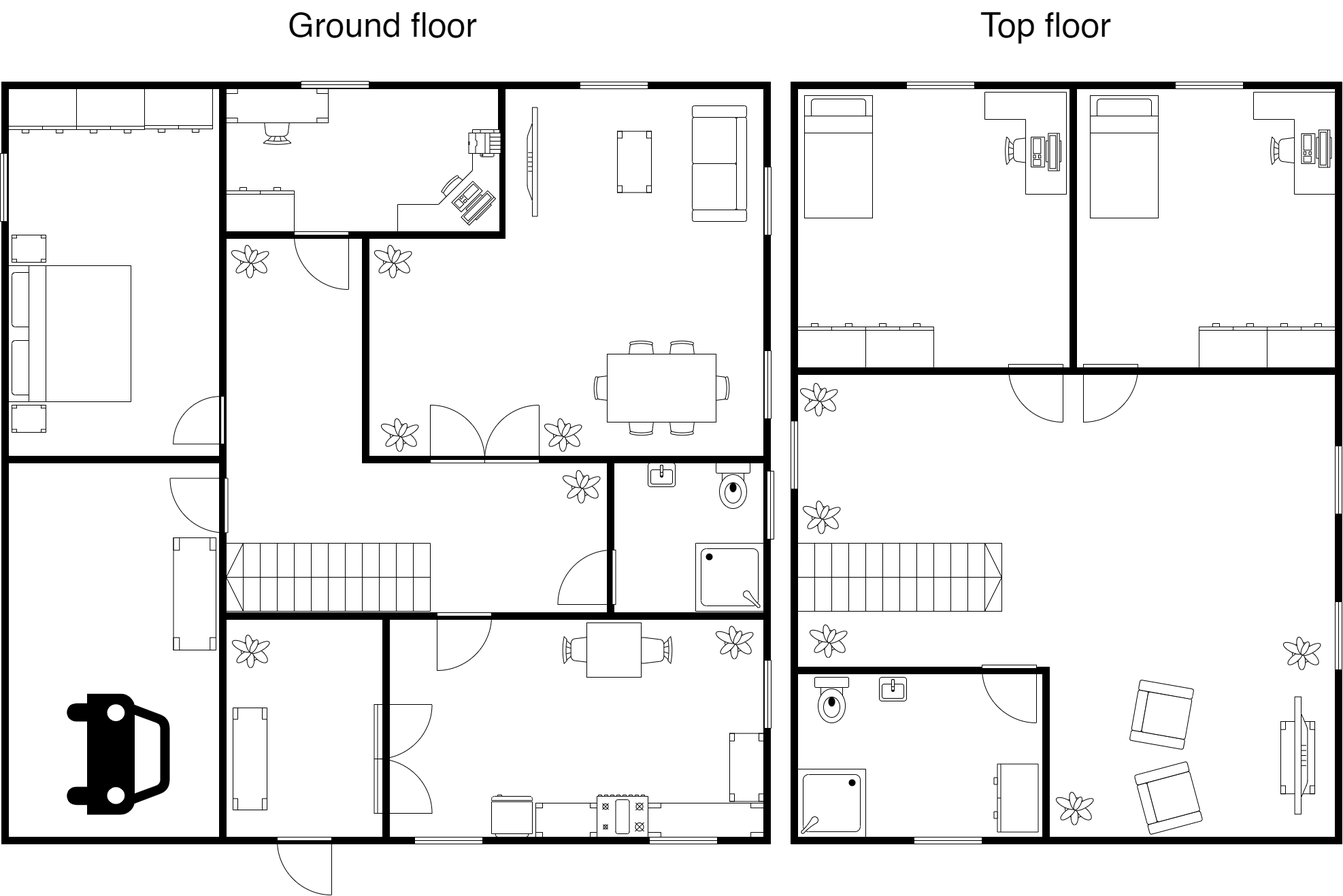
Above: Billeder/Floor plan.png in Moonshine42tech/H5_Uge04_Det-Intelligente-Hus (draw.io), before the change. Source tidied: cells renumbered, new cells last; positions are measured from the earlier drawing's top-left corner, leaving out a move shared by most shapes.
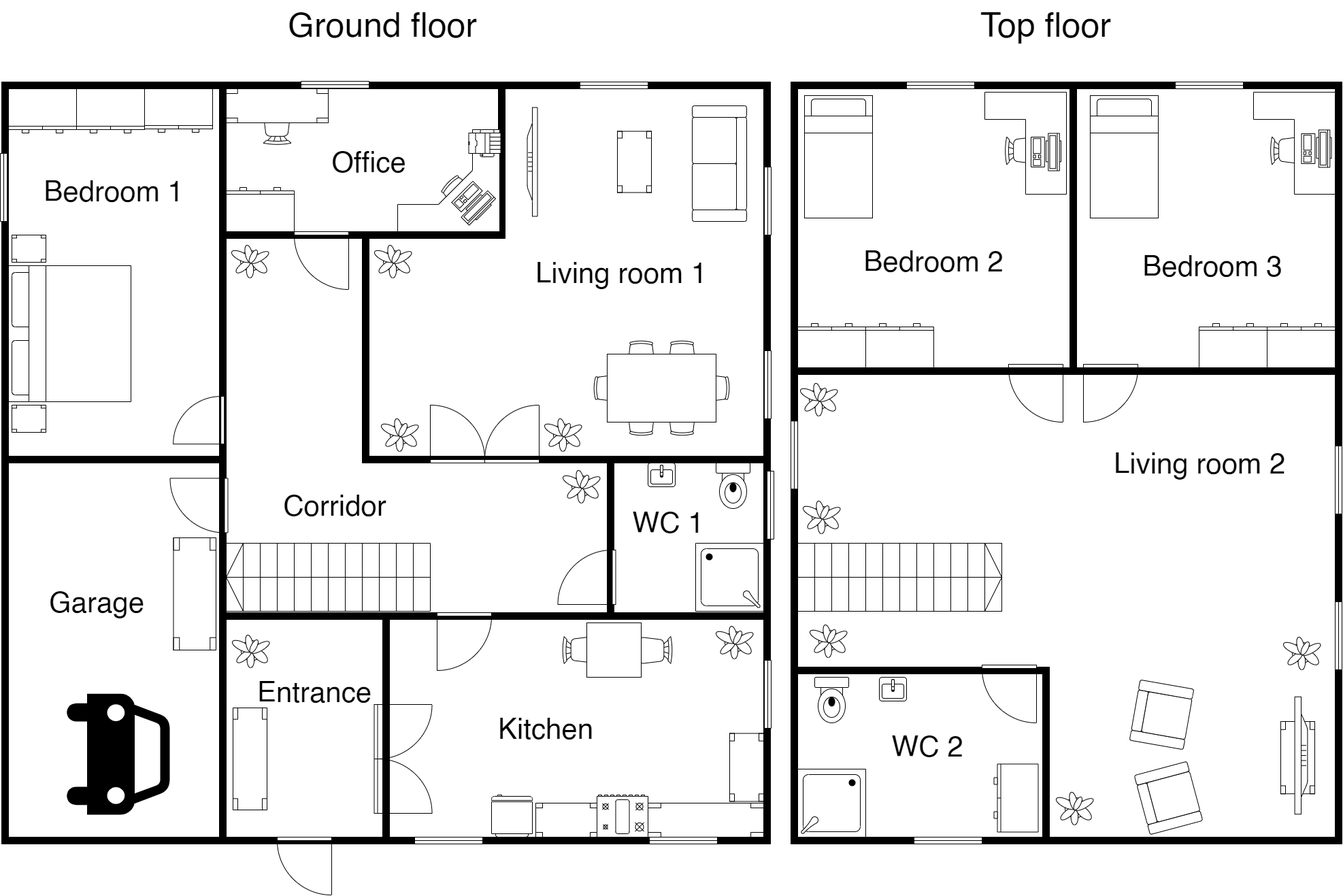
After the change.

The edit, as a diff of the source:
```diff
@@ -335,5 +335,41 @@
     <mxCell id="112" style="verticalLabelPosition=bottom;html=1;verticalAlign=top;align=center;shape=mxgraph.floorplan.plant;fontSize=50;fillColor=default;strokeColor=default;fontColor=default;" parent="1" vertex="1">
       <mxGeometry x="1223" y="560" width="47" height="51" as="geometry" />
     </mxCell>
+    <mxCell id="113" value="&lt;font style=&quot;font-size: 42px&quot;&gt;Garage&lt;/font&gt;" style="text;html=1;strokeColor=none;fillColor=none;align=center;verticalAlign=middle;whiteSpace=wrap;rounded=0;fontColor=default;" parent="1" vertex="1">
+      <mxGeometry x="107" y="850" width="160" height="67" as="geometry" />
+    </mxCell>
+    <mxCell id="114" value="&lt;font style=&quot;font-size: 42px&quot;&gt;Bedroom 1&lt;/font&gt;" style="text;html=1;strokeColor=none;fillColor=none;align=center;verticalAlign=middle;whiteSpace=wrap;rounded=0;fontColor=default;" parent="1" vertex="1">
+      <mxGeometry x="92" y="247" width="240" height="67" as="geometry" />
+    </mxCell>
+    <mxCell id="115" value="&lt;font style=&quot;font-size: 42px&quot;&gt;Office&lt;/font&gt;" style="text;html=1;strokeColor=none;fillColor=none;align=center;verticalAlign=middle;whiteSpace=wrap;rounded=0;fontColor=default;" parent="1" vertex="1">
+      <mxGeometry x="507" y="203" width="160" height="67" as="geometry" />
+    </mxCell>
+    <mxCell id="116" value="&lt;font style=&quot;font-size: 42px&quot;&gt;Living room 1&lt;/font&gt;" style="text;html=1;strokeColor=none;fillColor=none;align=center;verticalAlign=middle;whiteSpace=wrap;rounded=0;fontColor=default;" parent="1" vertex="1">
+      <mxGeometry x="817.5" y="366.5" width="279.5" height="67" as="geometry" />
+    </mxCell>
+    <mxCell id="117" value="&lt;font style=&quot;font-size: 42px&quot;&gt;WC 1&lt;/font&gt;" style="text;html=1;strokeColor=none;fillColor=none;align=center;verticalAlign=middle;whiteSpace=wrap;rounded=0;fontColor=default;" parent="1" vertex="1">
+      <mxGeometry x="947" y="733" width="160" height="67" as="geometry" />
+    </mxCell>
+    <mxCell id="118" value="&lt;font style=&quot;font-size: 42px&quot;&gt;Entrance&lt;/font&gt;" style="text;html=1;strokeColor=none;fillColor=none;align=center;verticalAlign=middle;whiteSpace=wrap;rounded=0;fontColor=default;" parent="1" vertex="1">
+      <mxGeometry x="427" y="982" width="160" height="67" as="geometry" />
+    </mxCell>
+    <mxCell id="119" value="&lt;font style=&quot;font-size: 42px&quot;&gt;Corridor&lt;/font&gt;" style="text;html=1;strokeColor=none;fillColor=none;align=center;verticalAlign=middle;whiteSpace=wrap;rounded=0;fontColor=default;" parent="1" vertex="1">
+      <mxGeometry x="457" y="708.5" width="160" height="67" as="geometry" />
+    </mxCell>
+    <mxCell id="120" value="&lt;font style=&quot;font-size: 42px&quot;&gt;Kitchen&lt;/font&gt;" style="text;html=1;strokeColor=none;fillColor=none;align=center;verticalAlign=middle;whiteSpace=wrap;rounded=0;fontColor=default;" parent="1" vertex="1">
+      <mxGeometry x="767" y="1036.5" width="160" height="67" as="geometry" />
+    </mxCell>
+    <mxCell id="121" value="&lt;font style=&quot;font-size: 42px&quot;&gt;WC 2&lt;/font&gt;" style="text;html=1;strokeColor=none;fillColor=none;align=center;verticalAlign=middle;whiteSpace=wrap;rounded=0;fontColor=default;" parent="1" vertex="1">
+      <mxGeometry x="1328" y="1062" width="160" height="67" as="geometry" />
+    </mxCell>
+    <mxCell id="122" value="&lt;font style=&quot;font-size: 42px&quot;&gt;Bedroom 2&lt;br&gt;&lt;/font&gt;" style="text;html=1;strokeColor=none;fillColor=none;align=center;verticalAlign=middle;whiteSpace=wrap;rounded=0;fontColor=default;" parent="1" vertex="1">
+      <mxGeometry x="1297" y="349" width="240" height="67" as="geometry" />
+    </mxCell>
+    <mxCell id="123" value="&lt;font style=&quot;font-size: 42px&quot;&gt;Bedroom 3&lt;/font&gt;" style="text;html=1;strokeColor=none;fillColor=none;align=center;verticalAlign=middle;whiteSpace=wrap;rounded=0;fontColor=default;" parent="1" vertex="1">
+      <mxGeometry x="1707" y="357" width="240" height="67" as="geometry" />
+    </mxCell>
+    <mxCell id="124" value="&lt;font style=&quot;font-size: 42px&quot;&gt;Living room 2&lt;/font&gt;" style="text;html=1;strokeColor=none;fillColor=none;align=center;verticalAlign=middle;whiteSpace=wrap;rounded=0;fontColor=default;" parent="1" vertex="1">
+      <mxGeometry x="1668" y="646.5" width="279.5" height="67" as="geometry" />
+    </mxCell>
   </root>
 </mxGraphModel>
```
